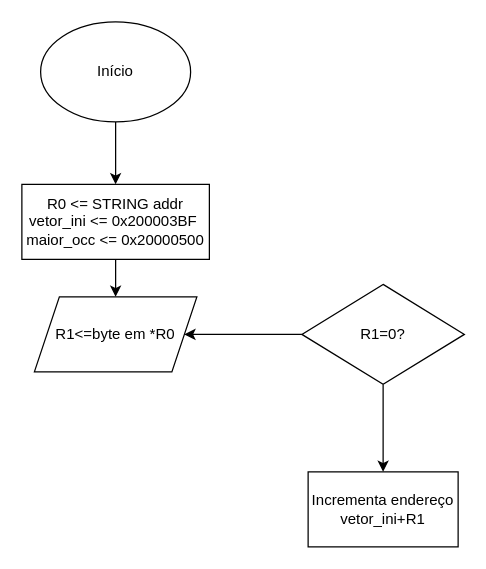
This is Sistemas Microcontrolados/Lab1.drawio from Joao-UTFPR/Microcontrolados, a draw.io file, before an edit. Source tidied: cells renumbered, new cells numbered last; positions are measured from the earlier drawing's top-left corner, leaving out a move shared by most shapes. Both pictures are drawn from the tidied source at 125%, with x=0, y=0 at pixel (21, 21).
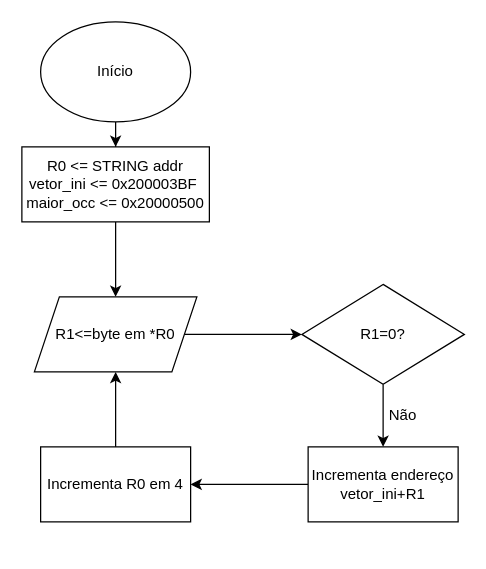
After the change.

The edit, as a diff of the source:
```diff
@@
 <mxGraphModel>
   <root>
     <mxCell id="0" />
     <mxCell id="1" parent="0" />
     <mxCell id="2" style="edgeStyle=orthogonalEdgeStyle;rounded=0;jettySize=auto;html=1;" parent="1" edge="1" source="3" target="6">
       <mxGeometry relative="1" as="geometry" />
     </mxCell>
     <mxCell id="3" style="ellipse;whiteSpace=wrap;html=1;" parent="1" vertex="1">
       <mxGeometry x="15" width="120" height="80" as="geometry" />
     </mxCell>
     <mxCell id="4" value="Início" style="text;html=1;strokeColor=none;fillColor=none;align=center;verticalAlign=middle;whiteSpace=wrap;rounded=0;" parent="1" vertex="1">
       <mxGeometry x="45" y="25" width="60" height="30" as="geometry" />
     </mxCell>
     <mxCell id="5" style="edgeStyle=orthogonalEdgeStyle;rounded=0;jettySize=auto;html=1;" parent="1" edge="1" source="6" target="7">
       <mxGeometry relative="1" as="geometry" />
     </mxCell>
     <mxCell id="6" value="R0 &amp;lt;= STRING addr&lt;br&gt;vetor_ini &amp;lt;= 0x200003BF&amp;nbsp;&lt;br&gt;maior_occ &amp;lt;= 0x20000500" style="whiteSpace=wrap;html=1;" parent="1" vertex="1">
-      <mxGeometry y="130" width="150" height="60" as="geometry" />
+      <mxGeometry y="100" width="150" height="60" as="geometry" />
     </mxCell>
+    <mxCell id="12" style="edgeStyle=orthogonalEdgeStyle;rounded=0;jettySize=auto;html=1;exitX=1;exitY=0.5;exitDx=0;exitDy=0;entryX=0;entryY=0.5;entryDx=0;entryDy=0;" parent="1" edge="1" source="7" target="11">
+      <mxGeometry relative="1" as="geometry" />
+    </mxCell>
     <mxCell id="7" value="R1&amp;lt;=byte em *R0" style="shape=parallelogram;perimeter=parallelogramPerimeter;whiteSpace=wrap;html=1;fixedSize=1;" parent="1" vertex="1">
       <mxGeometry x="10" y="220" width="130" height="60" as="geometry" />
     </mxCell>
+    <mxCell id="13" style="edgeStyle=orthogonalEdgeStyle;rounded=0;jettySize=auto;html=1;" parent="1" edge="1" source="8" target="16">
+      <mxGeometry relative="1" as="geometry" />
+    </mxCell>
     <mxCell id="8" value="Incrementa endereço&lt;br&gt;vetor_ini+R1" style="whiteSpace=wrap;html=1;" parent="1" vertex="1">
-      <mxGeometry x="229" y="360" width="120" height="60" as="geometry" />
+      <mxGeometry x="229" y="340" width="120" height="60" as="geometry" />
     </mxCell>
-    <mxCell id="9" style="edgeStyle=orthogonalEdgeStyle;rounded=0;jettySize=auto;html=1;exitX=0;exitY=0.5;exitDx=0;exitDy=0;" parent="1" edge="1" source="11" target="7">
-      <mxGeometry relative="1" as="geometry" />
-    </mxCell>
     <mxCell id="10" style="edgeStyle=orthogonalEdgeStyle;rounded=0;jettySize=auto;html=1;exitX=0.5;exitY=1;exitDx=0;exitDy=0;entryX=0.5;entryY=0;entryDx=0;entryDy=0;" parent="1" edge="1" source="11" target="8">
       <mxGeometry relative="1" as="geometry" />
     </mxCell>
     <mxCell id="11" value="R1=0?" style="rhombus;whiteSpace=wrap;html=1;" parent="1" vertex="1">
       <mxGeometry x="224" y="210" width="130" height="80" as="geometry" />
     </mxCell>
+    <mxCell id="14" value="Não" style="text;html=1;strokeColor=none;fillColor=none;align=center;verticalAlign=middle;whiteSpace=wrap;rounded=0;" parent="1" vertex="1">
+      <mxGeometry x="275" y="300" width="60" height="30" as="geometry" />
+    </mxCell>
+    <mxCell id="15" style="edgeStyle=orthogonalEdgeStyle;rounded=0;jettySize=auto;html=1;exitX=0.5;exitY=0;exitDx=0;exitDy=0;entryX=0.5;entryY=1;entryDx=0;entryDy=0;" parent="1" edge="1" source="16" target="7">
+      <mxGeometry relative="1" as="geometry" />
+    </mxCell>
+    <mxCell id="16" value="Incrementa R0 em 4" style="whiteSpace=wrap;html=1;" parent="1" vertex="1">
+      <mxGeometry x="15" y="340" width="120" height="60" as="geometry" />
+    </mxCell>
   </root>
 </mxGraphModel>
```
